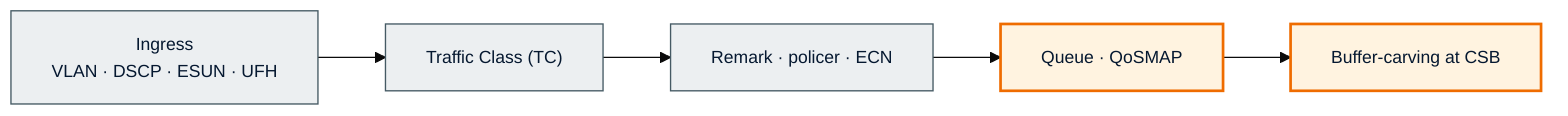
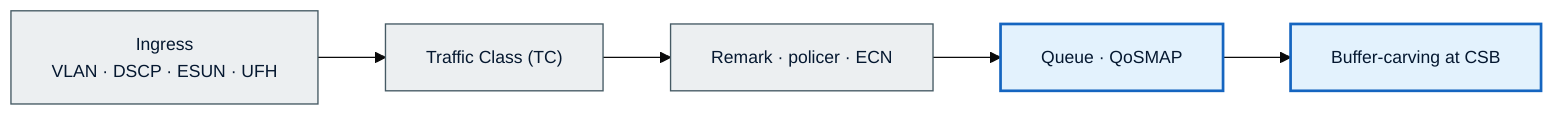
%%{init: {'theme': 'base', 'themeVariables': { 'fontSize': '13px'}}}%%
flowchart LR
  IN["Ingress<br/>VLAN · DSCP · ESUN · UFH"]
  TC["Traffic Class (TC)"]
  REM["Remark · policer · ECN"]
  Q["Queue · QoSMAP"]
  CSB["Buffer-carving at CSB"]

  IN --> TC --> REM --> Q --> CSB

  classDef peer fill:#ECEFF1,stroke:#455A64,color:#051830
-   classDef lane fill:#FFF3E0,stroke:#EF6C00,color:#051830,stroke-width:2px
+   classDef lane fill:#E3F2FD,stroke:#1565C0,color:#051830,stroke-width:2px

  class IN,TC,REM peer
  class Q,CSB lane
